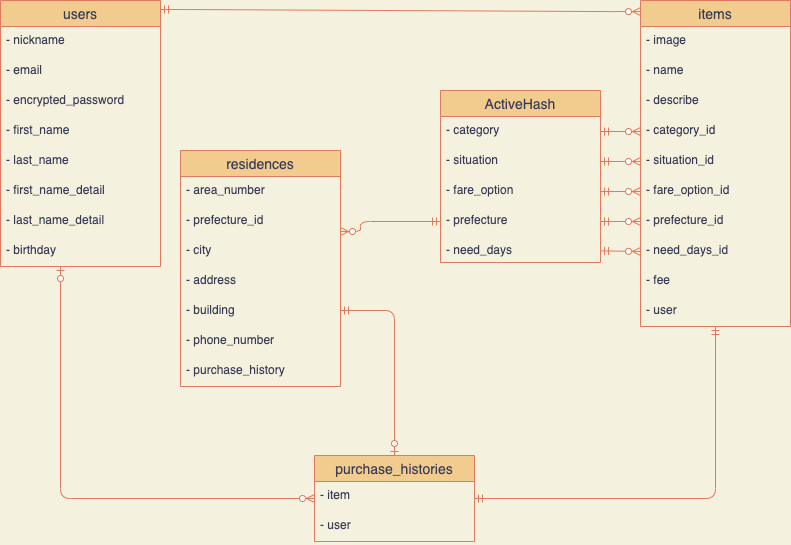
This is database.drawio.png from Suzukiti-1029/furima-34840, a draw.io export, as it was before one commit. Source tidied: cells renumbered, new cells last; positions are measured from the earlier drawing's top-left corner, leaving out a move shared by most shapes.
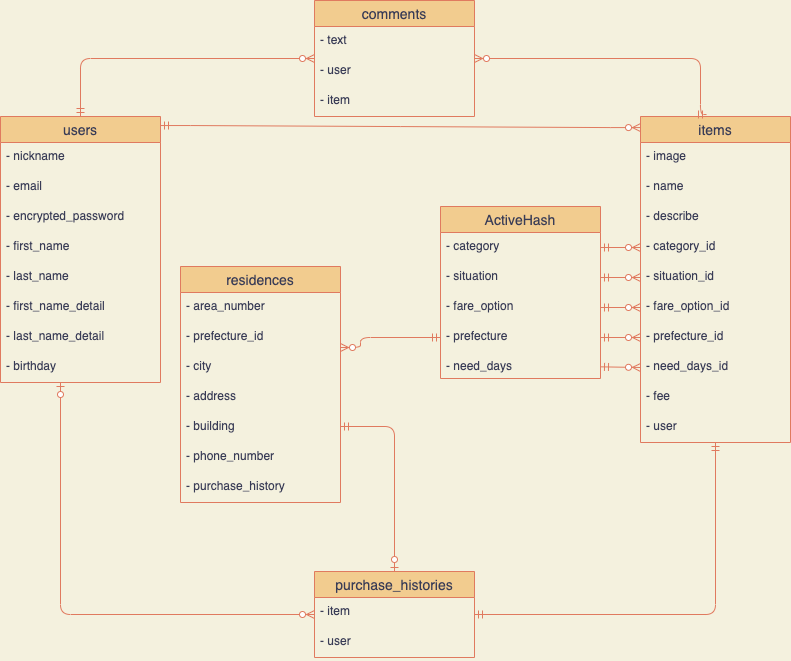
Above is the later version.

Commit message:
ER図への追加とREADMEの追記

What changed in the source:
```diff
@@ -139,22 +139,45 @@
     <mxCell id="45" value="- user" style="text;strokeColor=none;fillColor=none;spacingLeft=4;spacingRight=4;overflow=hidden;fontSize=12;fontColor=#393C56;" parent="43" vertex="1">
       <mxGeometry y="56" width="160" height="30" as="geometry" />
     </mxCell>
-    <mxCell id="46" style="edgeStyle=orthogonalEdgeStyle;fontSize=12;html=1;endArrow=ERzeroToMany;startArrow=ERzeroToOne;strokeColor=#E07A5F;fillColor=#F2CC8F;labelBackgroundColor=#F4F1DE;fontColor=#393C56;" parent="1" edge="1" source="2" target="43">
+    <mxCell id="46" style="edgeStyle=orthogonalEdgeStyle;fontSize=12;html=1;endArrow=ERzeroToMany;startArrow=ERzeroToOne;strokeColor=#E07A5F;fillColor=#F2CC8F;fontColor=#393C56;labelBackgroundColor=#F4F1DE;" parent="1" edge="1" source="2" target="43">
       <mxGeometry relative="1" as="geometry">
         <Array as="points">
           <mxPoint x="60" y="498" />
         </Array>
       </mxGeometry>
     </mxCell>
-    <mxCell id="47" style="edgeStyle=orthogonalEdgeStyle;fontSize=12;html=1;endArrow=ERmandOne;startArrow=ERmandOne;strokeColor=#E07A5F;fillColor=#F2CC8F;labelBackgroundColor=#F4F1DE;fontColor=#393C56;" parent="1" edge="1" source="43" target="11">
+    <mxCell id="47" style="edgeStyle=orthogonalEdgeStyle;fontSize=12;html=1;endArrow=ERmandOne;startArrow=ERmandOne;strokeColor=#E07A5F;fillColor=#F2CC8F;fontColor=#393C56;labelBackgroundColor=#F4F1DE;" parent="1" edge="1" source="43" target="11">
       <mxGeometry relative="1" as="geometry" />
     </mxCell>
-    <mxCell id="48" style="edgeStyle=orthogonalEdgeStyle;fontSize=12;html=1;endArrow=ERzeroToOne;startArrow=ERmandOne;labelBackgroundColor=#F4F1DE;strokeColor=#E07A5F;fontColor=#393C56;" parent="1" edge="1" source="22" target="43">
+    <mxCell id="48" style="edgeStyle=orthogonalEdgeStyle;fontSize=12;html=1;endArrow=ERzeroToOne;startArrow=ERmandOne;strokeColor=#E07A5F;fontColor=#393C56;labelBackgroundColor=#F4F1DE;" parent="1" edge="1" source="22" target="43">
       <mxGeometry relative="1" as="geometry">
         <Array as="points">
           <mxPoint x="394" y="310" />
         </Array>
       </mxGeometry>
     </mxCell>
+    <mxCell id="49" value="comments" style="swimlane;fontStyle=0;horizontal=1;startSize=26;align=center;fontSize=14;fillColor=#F2CC8F;strokeColor=#E07A5F;fontColor=#393C56;" parent="1" vertex="1">
+      <mxGeometry x="314" y="-116" width="160" height="116" as="geometry" />
+    </mxCell>
+    <mxCell id="50" value="- text" style="text;strokeColor=none;fillColor=none;spacingLeft=4;spacingRight=4;overflow=hidden;fontSize=12;fontColor=#393C56;" parent="49" vertex="1">
+      <mxGeometry y="26" width="160" height="30" as="geometry" />
+    </mxCell>
+    <mxCell id="51" value="- user" style="text;strokeColor=none;fillColor=none;spacingLeft=4;spacingRight=4;overflow=hidden;fontSize=12;fontColor=#393C56;" parent="49" vertex="1">
+      <mxGeometry y="56" width="160" height="30" as="geometry" />
+    </mxCell>
+    <mxCell id="52" value="- item" style="text;strokeColor=none;fillColor=none;spacingLeft=4;spacingRight=4;overflow=hidden;fontSize=12;fontColor=#393C56;" parent="49" vertex="1">
+      <mxGeometry y="86" width="160" height="30" as="geometry" />
+    </mxCell>
+    <mxCell id="53" style="edgeStyle=orthogonalEdgeStyle;fontSize=12;html=1;endArrow=ERzeroToMany;startArrow=ERmandOne;strokeColor=#E07A5F;fillColor=#F2CC8F;exitX=0.5;exitY=0;exitDx=0;exitDy=0;" parent="1" edge="1" source="2" target="49">
+      <mxGeometry relative="1" as="geometry" />
+    </mxCell>
+    <mxCell id="54" style="edgeStyle=orthogonalEdgeStyle;fontSize=12;html=1;endArrow=ERzeroToMany;startArrow=ERmandOne;strokeColor=#E07A5F;fillColor=#F2CC8F;exitX=0.44;exitY=-0.006;exitDx=0;exitDy=0;exitPerimeter=0;" parent="1" edge="1" source="11" target="49">
+      <mxGeometry relative="1" as="geometry">
+        <Array as="points">
+          <mxPoint x="700" y="-2" />
+          <mxPoint x="700" y="-58" />
+        </Array>
+      </mxGeometry>
+    </mxCell>
   </root>
 </mxGraphModel>
```
